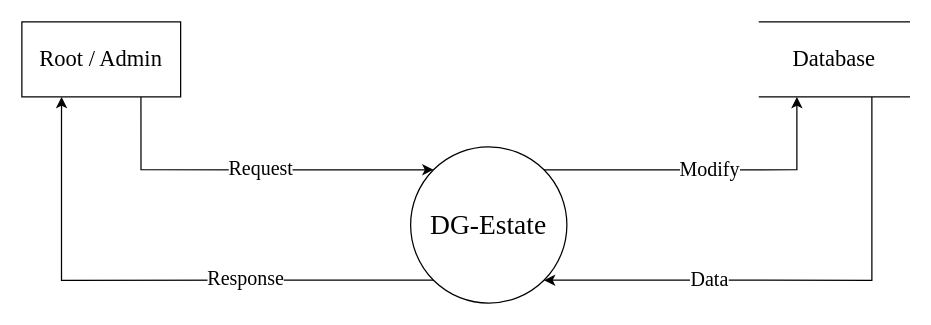
The draw.io diagram Documentation/diags/Diagrams/root_0.drawio in Suzuki0916/Real_Estate_Site, before the edit. Source tidied: cells renumbered, new cells numbered last; positions are measured from the earlier drawing's top-left corner, leaving out a move shared by most shapes. Both pictures are drawn from the tidied source at 125%, with x=0, y=0 at pixel (21, 21).
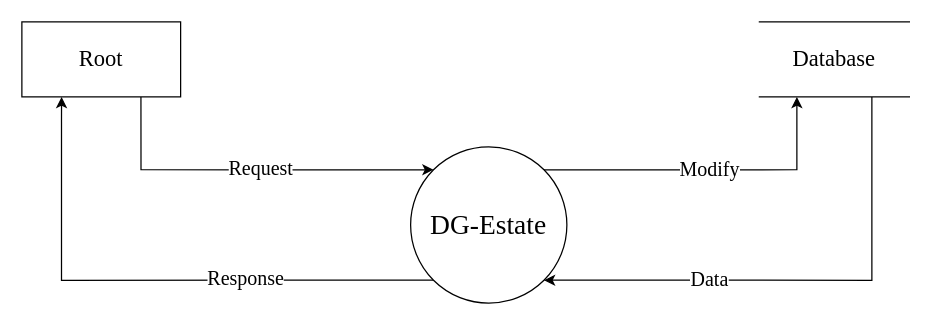
Above is the later version.

Change to the diagram source:
```diff
@@
 <mxGraphModel>
   <root>
     <mxCell id="0" />
     <mxCell id="1" parent="0" />
     <mxCell id="2" style="edgeStyle=orthogonalEdgeStyle;rounded=0;jettySize=auto;html=1;entryX=0.25;entryY=1;entryDx=0;entryDy=0;fontFamily=Times New Roman;fontSize=18;exitX=0;exitY=1;exitDx=0;exitDy=0;" parent="1" edge="1" source="6" target="9">
       <mxGeometry relative="1" as="geometry" />
     </mxCell>
     <mxCell id="3" value="&lt;font style=&quot;font-size: 16px&quot;&gt;Response&lt;/font&gt;" style="edgeLabel;html=1;align=center;verticalAlign=middle;fontSize=18;fontFamily=Times New Roman;" parent="2" vertex="1">
       <mxGeometry x="-0.32" y="-2" relative="1" as="geometry" />
     </mxCell>
     <mxCell id="4" style="edgeStyle=orthogonalEdgeStyle;rounded=0;jettySize=auto;html=1;fontFamily=Times New Roman;fontSize=16;entryX=0.25;entryY=1;entryDx=0;entryDy=0;exitX=1;exitY=0;exitDx=0;exitDy=0;" parent="1" edge="1" source="6" target="12">
       <mxGeometry relative="1" as="geometry" />
     </mxCell>
     <mxCell id="5" value="Modify" style="edgeLabel;html=1;align=center;verticalAlign=middle;fontSize=16;fontFamily=Times New Roman;" parent="4" vertex="1">
       <mxGeometry x="0.01" y="1" relative="1" as="geometry" />
     </mxCell>
     <mxCell id="6" value="&lt;p&gt;&lt;span style=&quot;font-size: 22px&quot;&gt;DG-Estate&lt;/span&gt;&lt;/p&gt;" style="ellipse;whiteSpace=wrap;html=1;shadow=0;sketch=0;rotation=0;fontFamily=Times New Roman;" parent="1" vertex="1">
       <mxGeometry x="311" y="100" width="125" height="125" as="geometry" />
     </mxCell>
     <mxCell id="7" style="edgeStyle=orthogonalEdgeStyle;rounded=0;jettySize=auto;html=1;exitX=0.75;exitY=1;exitDx=0;exitDy=0;fontFamily=Times New Roman;fontSize=18;entryX=0;entryY=0;entryDx=0;entryDy=0;" parent="1" edge="1" source="9" target="6">
       <mxGeometry relative="1" as="geometry">
         <Array as="points">
           <mxPoint x="95" y="118" />
         </Array>
       </mxGeometry>
     </mxCell>
     <mxCell id="8" value="&lt;font style=&quot;font-size: 16px&quot;&gt;Request&lt;/font&gt;" style="edgeLabel;html=1;align=center;verticalAlign=middle;fontSize=18;fontFamily=Times New Roman;" parent="7" vertex="1">
       <mxGeometry x="-0.06" y="2" relative="1" as="geometry">
         <mxPoint x="16" as="offset" />
       </mxGeometry>
     </mxCell>
-    <mxCell id="9" value="&lt;font style=&quot;font-size: 18px&quot;&gt;Root / Admin&lt;/font&gt;" style="rounded=0;whiteSpace=wrap;html=1;fontFamily=Times New Roman;" parent="1" vertex="1">
+    <mxCell id="9" value="&lt;font style=&quot;font-size: 18px&quot;&gt;Root&lt;/font&gt;" style="rounded=0;whiteSpace=wrap;html=1;fontFamily=Times New Roman;" parent="1" vertex="1">
       <mxGeometry width="127" height="60" as="geometry" />
     </mxCell>
     <mxCell id="10" style="edgeStyle=orthogonalEdgeStyle;rounded=0;jettySize=auto;html=1;exitX=0.75;exitY=1;exitDx=0;exitDy=0;entryX=1;entryY=1;entryDx=0;entryDy=0;fontFamily=Times New Roman;fontSize=16;" parent="1" edge="1" source="12" target="6">
       <mxGeometry relative="1" as="geometry">
         <Array as="points">
           <mxPoint x="680" y="207" />
         </Array>
       </mxGeometry>
     </mxCell>
     <mxCell id="11" value="&lt;font style=&quot;font-size: 16px&quot;&gt;Data&lt;/font&gt;" style="edgeLabel;html=1;align=center;verticalAlign=middle;fontSize=18;fontFamily=Times New Roman;" parent="10" vertex="1">
       <mxGeometry x="0.28" y="-1" relative="1" as="geometry">
         <mxPoint x="-15" as="offset" />
       </mxGeometry>
     </mxCell>
     <mxCell id="12" value="&lt;font style=&quot;font-size: 18px&quot;&gt;Database&lt;/font&gt;" style="shape=partialRectangle;whiteSpace=wrap;html=1;left=0;right=0;fillColor=default;rounded=0;shadow=0;glass=0;sketch=0;fontFamily=Times New Roman;fontSize=16;gradientColor=none;" parent="1" vertex="1">
       <mxGeometry x="590" width="120" height="60" as="geometry" />
     </mxCell>
   </root>
 </mxGraphModel>
```
